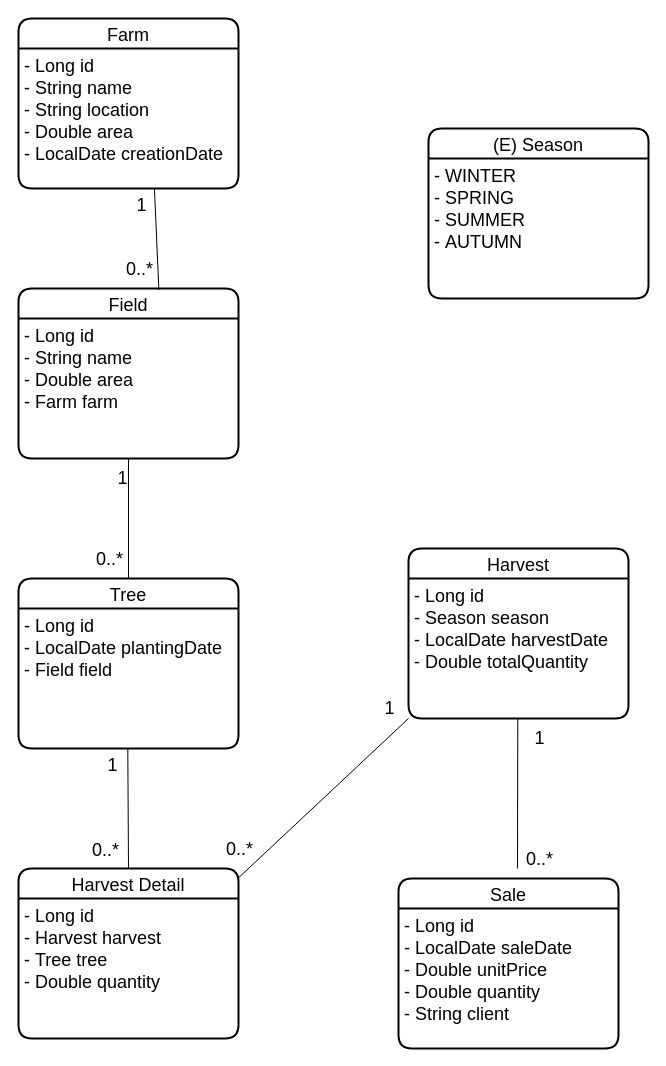
Before: conception/DiagrammeClass.drawio in MaryemKhaoua/Citonix-, a draw.io diagram. Source tidied: cells renumbered, new cells numbered last; positions are measured from the earlier drawing's top-left corner, leaving out a move shared by most shapes. Both pictures are drawn from the tidied source at 100%, with x=0, y=0 at pixel (18, 18).
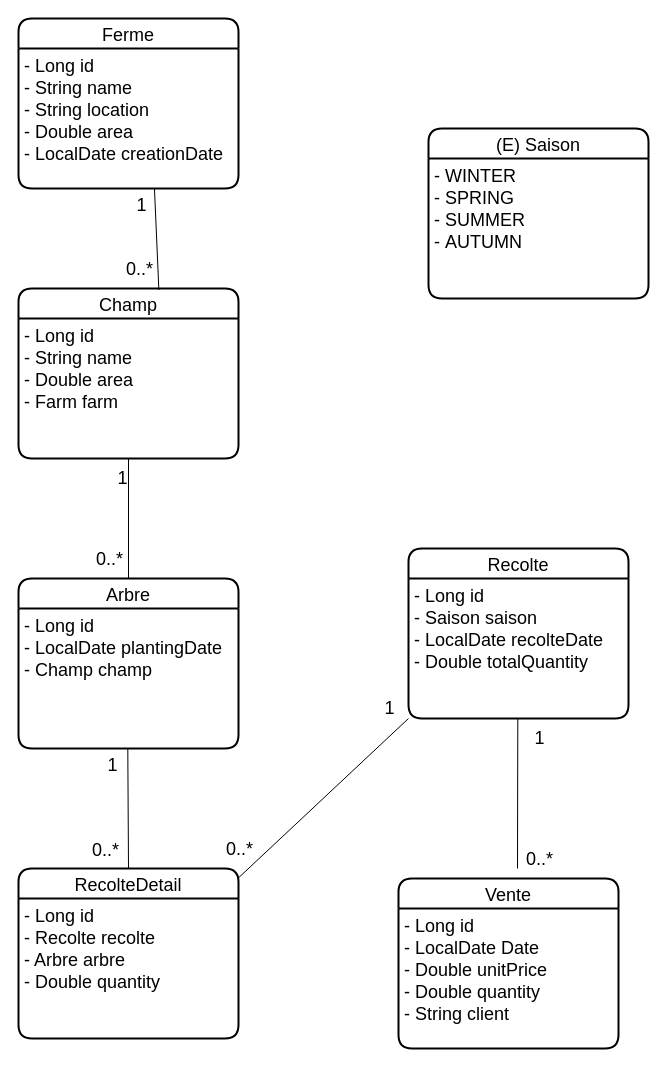
The same diagram, later.

Diff of the diagram source:
```diff
@@
-    <mxCell id="2" value="Farm" style="swimlane;horizontal=1;startSize=30;rounded=1;fontSize=18;fontStyle=0;strokeWidth=2;shadow=0;dashed=0;align=center;" parent="1" vertex="1">
+    <mxCell id="2" value="Ferme" style="swimlane;horizontal=1;startSize=30;rounded=1;fontSize=18;fontStyle=0;strokeWidth=2;shadow=0;dashed=0;align=center;" parent="1" vertex="1">
       <mxGeometry width="220" height="170" as="geometry" />
     </mxCell>
@@
-    <mxCell id="4" value="Field" style="swimlane;horizontal=1;startSize=30;rounded=1;fontSize=18;fontStyle=0;strokeWidth=2;shadow=0;dashed=0;align=center;" parent="1" vertex="1">
+    <mxCell id="4" value="Champ" style="swimlane;horizontal=1;startSize=30;rounded=1;fontSize=18;fontStyle=0;strokeWidth=2;shadow=0;dashed=0;align=center;" parent="1" vertex="1">
       <mxGeometry y="270" width="220" height="170" as="geometry" />
     </mxCell>
@@
-    <mxCell id="6" value="Tree" style="swimlane;horizontal=1;startSize=30;rounded=1;fontSize=18;fontStyle=0;strokeWidth=2;shadow=0;dashed=0;align=center;" parent="1" vertex="1">
+    <mxCell id="6" value="Arbre" style="swimlane;horizontal=1;startSize=30;rounded=1;fontSize=18;fontStyle=0;strokeWidth=2;shadow=0;dashed=0;align=center;" parent="1" vertex="1">
       <mxGeometry y="560" width="220" height="170" as="geometry" />
     </mxCell>
-    <mxCell id="7" value="- Long id&#10;- LocalDate plantingDate&#10;- Field field" style="align=left;strokeColor=none;fillColor=none;spacingLeft=4;fontSize=18;verticalAlign=top;" parent="6" vertex="1">
+    <mxCell id="7" value="- Long id&#10;- LocalDate plantingDate&#10;- Champ champ" style="align=left;strokeColor=none;fillColor=none;spacingLeft=4;fontSize=18;verticalAlign=top;" parent="6" vertex="1">
       <mxGeometry y="30" width="220" height="140" as="geometry" />
     </mxCell>
-    <mxCell id="8" value="Harvest" style="swimlane;horizontal=1;startSize=30;rounded=1;fontSize=18;fontStyle=0;strokeWidth=2;shadow=0;dashed=0;align=center;" parent="1" vertex="1">
+    <mxCell id="8" value="Recolte" style="swimlane;horizontal=1;startSize=30;rounded=1;fontSize=18;fontStyle=0;strokeWidth=2;shadow=0;dashed=0;align=center;" parent="1" vertex="1">
       <mxGeometry x="390" y="530" width="220" height="170" as="geometry" />
     </mxCell>
-    <mxCell id="9" value="- Long id&#10;- Season season&#10;- LocalDate harvestDate&#10;- Double totalQuantity" style="align=left;strokeColor=none;fillColor=none;spacingLeft=4;fontSize=18;verticalAlign=top;" parent="8" vertex="1">
+    <mxCell id="9" value="- Long id&#10;- Saison saison&#10;- LocalDate recolteDate&#10;- Double totalQuantity" style="align=left;strokeColor=none;fillColor=none;spacingLeft=4;fontSize=18;verticalAlign=top;" parent="8" vertex="1">
       <mxGeometry y="30" width="220" height="140" as="geometry" />
     </mxCell>
-    <mxCell id="10" value="Harvest Detail" style="swimlane;horizontal=1;startSize=30;rounded=1;fontSize=18;fontStyle=0;strokeWidth=2;shadow=0;dashed=0;align=center;" parent="1" vertex="1">
+    <mxCell id="10" value="RecolteDetail" style="swimlane;horizontal=1;startSize=30;rounded=1;fontSize=18;fontStyle=0;strokeWidth=2;shadow=0;dashed=0;align=center;" parent="1" vertex="1">
       <mxGeometry y="850" width="220" height="170" as="geometry" />
     </mxCell>
-    <mxCell id="11" value="- Long id&#10;- Harvest harvest&#10;- Tree tree&#10;- Double quantity" style="align=left;strokeColor=none;fillColor=none;spacingLeft=4;fontSize=18;verticalAlign=top;" parent="10" vertex="1">
+    <mxCell id="11" value="- Long id&#10;- Recolte recolte&#10;- Arbre arbre&#10;- Double quantity" style="align=left;strokeColor=none;fillColor=none;spacingLeft=4;fontSize=18;verticalAlign=top;" parent="10" vertex="1">
       <mxGeometry y="30" width="220" height="140" as="geometry" />
     </mxCell>
-    <mxCell id="12" value="Sale " style="swimlane;horizontal=1;startSize=30;rounded=1;fontSize=18;fontStyle=0;strokeWidth=2;shadow=0;dashed=0;align=center;" parent="1" vertex="1">
+    <mxCell id="12" value="Vente" style="swimlane;horizontal=1;startSize=30;rounded=1;fontSize=18;fontStyle=0;strokeWidth=2;shadow=0;dashed=0;align=center;" parent="1" vertex="1">
       <mxGeometry x="380" y="860" width="220" height="170" as="geometry" />
     </mxCell>
-    <mxCell id="13" value="- Long id&#10;- LocalDate saleDate&#10;- Double unitPrice&#10;- Double quantity&#10;- String client" style="align=left;strokeColor=none;fillColor=none;spacingLeft=4;fontSize=18;verticalAlign=top;" parent="12" vertex="1">
+    <mxCell id="13" value="- Long id&#10;- LocalDate Date&#10;- Double unitPrice&#10;- Double quantity&#10;- String client" style="align=left;strokeColor=none;fillColor=none;spacingLeft=4;fontSize=18;verticalAlign=top;" parent="12" vertex="1">
       <mxGeometry y="30" width="220" height="140" as="geometry" />
     </mxCell>
-    <mxCell id="14" value="(E) Season " style="swimlane;horizontal=1;startSize=30;rounded=1;fontSize=18;fontStyle=0;strokeWidth=2;shadow=0;dashed=0;align=center;" parent="1" vertex="1">
+    <mxCell id="14" value="(E) Saison " style="swimlane;horizontal=1;startSize=30;rounded=1;fontSize=18;fontStyle=0;strokeWidth=2;shadow=0;dashed=0;align=center;" parent="1" vertex="1">
       <mxGeometry x="410" y="110" width="220" height="170" as="geometry" />
     </mxCell>
```
